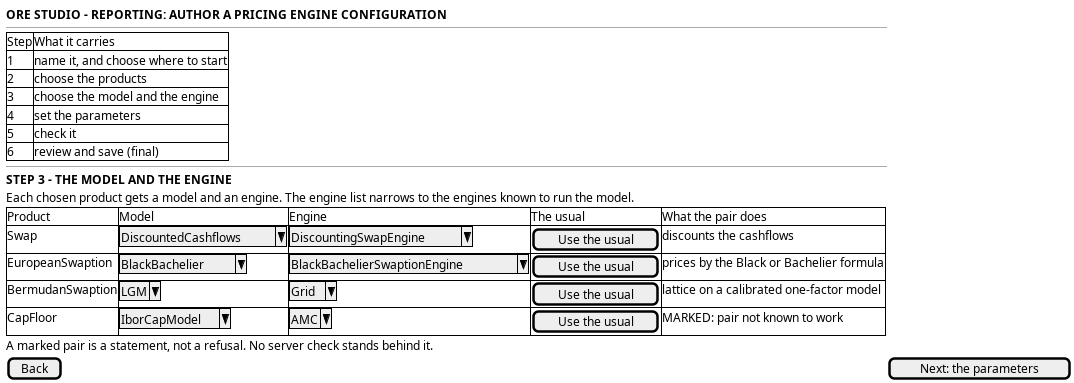
This is doc/knowledge/journeys/reporting/wireframe_author_a_pricing_engine_configuration.png from OreStudio/OreStudio, a PlantUML export, as it was before one commit. Its source is kept beside it as doc/knowledge/journeys/reporting/wireframe_author_a_pricing_engine_configuration.puml.
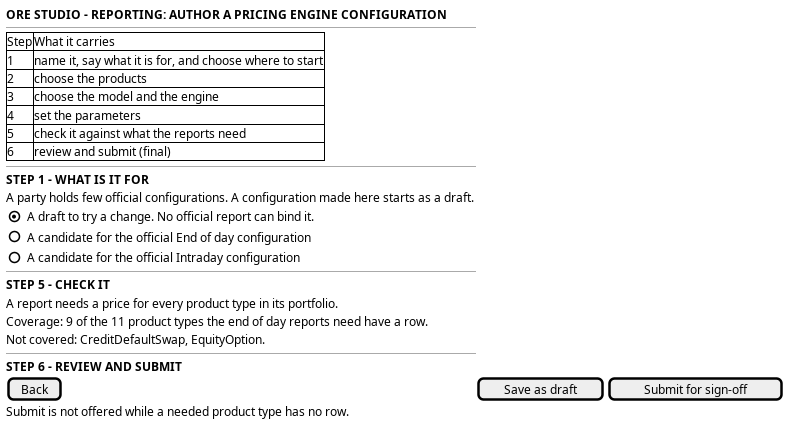
The same file after the commit.

What changed in the source:
```diff
@@ -6,25 +6,28 @@
   --
   {#
     Step | What it carries
-    1 | name it, and choose where to start
+    1 | name it, say what it is for, and choose where to start
     2 | choose the products
     3 | choose the model and the engine
     4 | set the parameters
-    5 | check it
-    6 | review and save (final)
+    5 | check it against what the reports need
+    6 | review and submit (final)
   }
   --
-  <b>STEP 3 - THE MODEL AND THE ENGINE</b>
-  Each chosen product gets a model and an engine. The engine list narrows to the engines known to run the model.
-  {#
-    Product | Model | Engine | The usual | What the pair does
-    Swap | ^DiscountedCashflows^ | ^DiscountingSwapEngine^ | [ Use the usual ] | discounts the cashflows
-    EuropeanSwaption | ^BlackBachelier^ | ^BlackBachelierSwaptionEngine^ | [ Use the usual ] | prices by the Black or Bachelier formula
-    BermudanSwaption | ^LGM^ | ^Grid^ | [ Use the usual ] | lattice on a calibrated one-factor model
-    CapFloor | ^IborCapModel^ | ^AMC^ | [ Use the usual ] | MARKED: pair not known to work
-  }
-  A marked pair is a statement, not a refusal. No server check stands behind it.
-  [ Back ] | [ Next: the parameters ]
+  <b>STEP 1 - WHAT IS IT FOR</b>
+  A party holds few official configurations. A configuration made here starts as a draft.
+  { (X) A draft to try a change. No official report can bind it. }
+  { ( ) A candidate for the official End of day configuration }
+  { ( ) A candidate for the official Intraday configuration }
+  --
+  <b>STEP 5 - CHECK IT</b>
+  A report needs a price for every product type in its portfolio.
+  Coverage: 9 of the 11 product types the end of day reports need have a row.
+  Not covered: CreditDefaultSwap, EquityOption.
+  --
+  <b>STEP 6 - REVIEW AND SUBMIT</b>
+  [ Back ] | [ Save as draft ] | [ Submit for sign-off ]
+  Submit is not offered while a needed product type has no row.
 }
 
 @enduml
```
